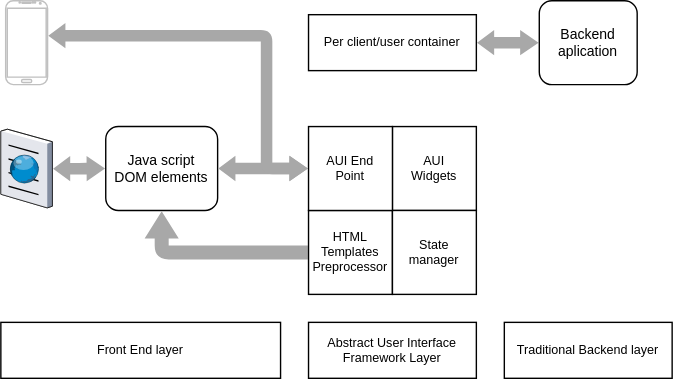
This is draws/Architecture.svg from eormeno/projects, a draw.io export, as it was before one commit. Source tidied: cells renumbered, new cells last; positions are measured from the earlier drawing's top-left corner, leaving out a move shared by most shapes.
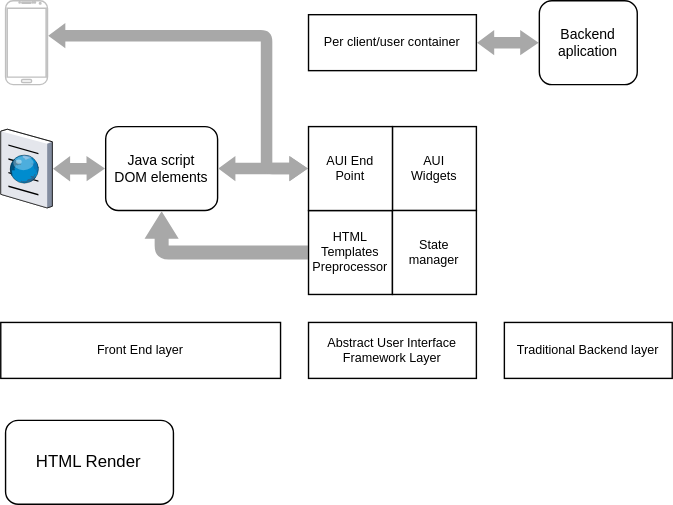
Later version of the same file.

The edit, as a diff of the source:
```diff
@@ -62,5 +62,8 @@
     <mxCell id="18" value="Front End layer" style="rounded=1;whiteSpace=wrap;html=1;fontSize=9;spacingLeft=5;spacingRight=5;arcSize=0;" parent="1" vertex="1">
       <mxGeometry y="230" width="200" height="40" as="geometry" />
     </mxCell>
+    <mxCell id="19" value="HTML Render" style="rounded=1;whiteSpace=wrap;html=1;" parent="1" vertex="1">
+      <mxGeometry x="3.4" y="300" width="120" height="60" as="geometry" />
+    </mxCell>
   </root>
 </mxGraphModel>
```
